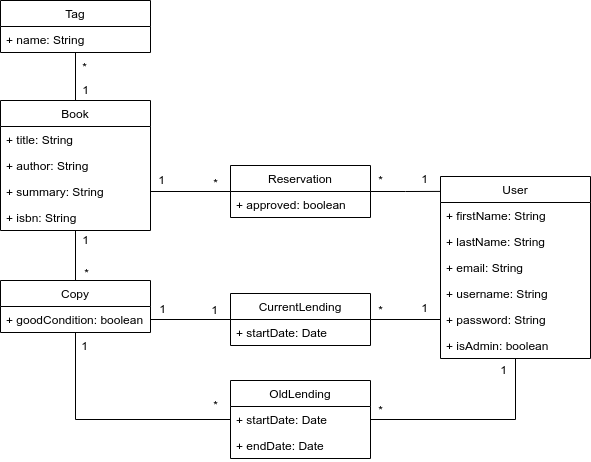
The draw.io diagram diagrams/class diagram.drawio.png in LauretteBuitenhuis/BookRental, before a commit. Source tidied: cells renumbered, new cells last; positions are measured from the earlier drawing's top-left corner, leaving out a move shared by most shapes. Source of this version:
```xml
<mxGraphModel>
  <root>
    <mxCell id="0" />
    <mxCell id="1" parent="0" />
    <mxCell id="2" style="edgeStyle=orthogonalEdgeStyle;rounded=0;jettySize=auto;html=1;exitX=0.5;exitY=0;exitDx=0;exitDy=0;endArrow=none;endFill=0;" parent="1" edge="1" source="3" target="8">
      <mxGeometry relative="1" as="geometry" />
    </mxCell>
    <mxCell id="3" value="Book" style="swimlane;fontStyle=0;horizontal=1;startSize=26;fillColor=none;" parent="1" vertex="1">
      <mxGeometry y="100" width="150" height="130" as="geometry" />
    </mxCell>
    <mxCell id="4" value="+ title: String" style="text;strokeColor=none;fillColor=none;align=left;verticalAlign=top;spacingLeft=4;spacingRight=4;overflow=hidden;" parent="3" vertex="1">
      <mxGeometry y="26" width="150" height="26" as="geometry" />
    </mxCell>
    <mxCell id="5" value="+ author: String" style="text;strokeColor=none;fillColor=none;align=left;verticalAlign=top;spacingLeft=4;spacingRight=4;overflow=hidden;" parent="3" vertex="1">
      <mxGeometry y="52" width="150" height="26" as="geometry" />
    </mxCell>
    <mxCell id="6" value="+ summary: String" style="text;strokeColor=none;fillColor=none;align=left;verticalAlign=top;spacingLeft=4;spacingRight=4;overflow=hidden;points=[[0,0.5],[1,0.5]];portConstraint=eastwest;" parent="3" vertex="1">
      <mxGeometry y="78" width="150" height="26" as="geometry" />
    </mxCell>
    <mxCell id="7" value="+ isbn: String" style="text;strokeColor=none;fillColor=none;align=left;verticalAlign=top;spacingLeft=4;spacingRight=4;overflow=hidden;" parent="3" vertex="1">
      <mxGeometry y="104" width="150" height="26" as="geometry" />
    </mxCell>
    <mxCell id="8" value="Tag" style="swimlane;fontStyle=0;horizontal=1;startSize=26;fillColor=none;" parent="1" vertex="1">
      <mxGeometry width="150" height="52" as="geometry" />
    </mxCell>
    <mxCell id="9" value="+ name: String" style="text;strokeColor=none;fillColor=none;align=left;verticalAlign=top;spacingLeft=4;spacingRight=4;overflow=hidden;" parent="8" vertex="1">
      <mxGeometry y="26" width="150" height="26" as="geometry" />
    </mxCell>
    <mxCell id="10" value="User" style="swimlane;fontStyle=0;horizontal=1;startSize=26;fillColor=none;" parent="1" vertex="1">
      <mxGeometry x="440" y="176" width="150" height="182" as="geometry" />
    </mxCell>
    <mxCell id="11" value="+ firstName: String" style="text;strokeColor=none;fillColor=none;align=left;verticalAlign=top;spacingLeft=4;spacingRight=4;overflow=hidden;" parent="10" vertex="1">
      <mxGeometry y="26" width="150" height="26" as="geometry" />
    </mxCell>
    <mxCell id="12" value="+ lastName: String" style="text;strokeColor=none;fillColor=none;align=left;verticalAlign=top;spacingLeft=4;spacingRight=4;overflow=hidden;" parent="10" vertex="1">
      <mxGeometry y="52" width="150" height="26" as="geometry" />
    </mxCell>
    <mxCell id="13" value="+ email: String" style="text;strokeColor=none;fillColor=none;align=left;verticalAlign=top;spacingLeft=4;spacingRight=4;overflow=hidden;" parent="10" vertex="1">
      <mxGeometry y="78" width="150" height="26" as="geometry" />
    </mxCell>
    <mxCell id="14" value="+ username: String" style="text;strokeColor=none;fillColor=none;align=left;verticalAlign=top;spacingLeft=4;spacingRight=4;overflow=hidden;" parent="10" vertex="1">
      <mxGeometry y="104" width="150" height="26" as="geometry" />
    </mxCell>
    <mxCell id="15" value="+ password: String" style="text;strokeColor=none;fillColor=none;align=left;verticalAlign=top;spacingLeft=4;spacingRight=4;overflow=hidden;points=[[0,0.5],[1,0.5]];portConstraint=eastwest;" parent="10" vertex="1">
      <mxGeometry y="130" width="150" height="26" as="geometry" />
    </mxCell>
    <mxCell id="16" value="+ isAdmin: boolean" style="text;strokeColor=none;fillColor=none;align=left;verticalAlign=top;spacingLeft=4;spacingRight=4;overflow=hidden;" parent="10" vertex="1">
      <mxGeometry y="156" width="150" height="26" as="geometry" />
    </mxCell>
    <mxCell id="17" style="edgeStyle=orthogonalEdgeStyle;rounded=0;jettySize=auto;html=1;entryX=0;entryY=0.5;entryDx=0;entryDy=0;endArrow=none;endFill=0;" parent="1" edge="1" source="18" target="15">
      <mxGeometry relative="1" as="geometry" />
    </mxCell>
    <mxCell id="18" value="CurrentLending" style="swimlane;fontStyle=0;horizontal=1;startSize=26;fillColor=none;" parent="1" vertex="1">
      <mxGeometry x="230" y="293" width="140" height="52" as="geometry" />
    </mxCell>
    <mxCell id="19" value="+ startDate: Date" style="text;strokeColor=none;fillColor=none;align=left;verticalAlign=top;spacingLeft=4;spacingRight=4;overflow=hidden;" parent="18" vertex="1">
      <mxGeometry y="26" width="140" height="26" as="geometry" />
    </mxCell>
    <mxCell id="20" style="edgeStyle=orthogonalEdgeStyle;rounded=0;jettySize=auto;html=1;exitX=0.5;exitY=0;exitDx=0;exitDy=0;endArrow=none;endFill=0;" parent="1" edge="1" source="22" target="3">
      <mxGeometry relative="1" as="geometry" />
    </mxCell>
    <mxCell id="21" style="edgeStyle=orthogonalEdgeStyle;rounded=0;jettySize=auto;html=1;endArrow=none;endFill=0;" parent="1" edge="1" source="22" target="38">
      <mxGeometry relative="1" as="geometry" />
    </mxCell>
    <mxCell id="22" value="Copy" style="swimlane;fontStyle=0;horizontal=1;startSize=26;fillColor=none;" parent="1" vertex="1">
      <mxGeometry y="280" width="150" height="52" as="geometry" />
    </mxCell>
    <mxCell id="23" value="+ goodCondition: boolean" style="text;strokeColor=none;fillColor=none;align=left;verticalAlign=top;spacingLeft=4;spacingRight=4;overflow=hidden;" parent="22" vertex="1">
      <mxGeometry y="26" width="150" height="26" as="geometry" />
    </mxCell>
    <mxCell id="24" style="edgeStyle=orthogonalEdgeStyle;rounded=0;jettySize=auto;html=1;entryX=0;entryY=0.082;entryDx=0;entryDy=0;entryPerimeter=0;endArrow=none;endFill=0;" parent="1" edge="1" source="25" target="10">
      <mxGeometry relative="1" as="geometry" />
    </mxCell>
    <mxCell id="25" value="Reservation" style="swimlane;fontStyle=0;horizontal=1;startSize=26;fillColor=none;" parent="1" vertex="1">
      <mxGeometry x="230" y="165" width="140" height="52" as="geometry" />
    </mxCell>
    <mxCell id="26" value="+ approved: boolean" style="text;strokeColor=none;fillColor=none;align=left;verticalAlign=top;spacingLeft=4;spacingRight=4;overflow=hidden;" parent="25" vertex="1">
      <mxGeometry y="26" width="140" height="26" as="geometry" />
    </mxCell>
    <mxCell id="27" style="edgeStyle=orthogonalEdgeStyle;rounded=0;jettySize=auto;html=1;exitX=1;exitY=0.5;exitDx=0;exitDy=0;endArrow=none;endFill=0;" parent="1" edge="1" source="6" target="25">
      <mxGeometry relative="1" as="geometry" />
    </mxCell>
    <mxCell id="28" style="edgeStyle=orthogonalEdgeStyle;rounded=0;jettySize=auto;html=1;exitX=1;exitY=0.5;exitDx=0;exitDy=0;endArrow=none;endFill=0;" parent="1" edge="1" target="18">
      <mxGeometry relative="1" as="geometry">
        <mxPoint x="150" y="319" as="sourcePoint" />
      </mxGeometry>
    </mxCell>
    <mxCell id="29" value="*" style="text;html=1;align=center;verticalAlign=middle;strokeColor=none;fillColor=none;" parent="1" vertex="1">
      <mxGeometry x="69" y="52" width="30" height="30" as="geometry" />
    </mxCell>
    <mxCell id="30" value="1" style="text;html=1;align=center;verticalAlign=middle;strokeColor=none;fillColor=none;" parent="1" vertex="1">
      <mxGeometry x="70" y="75" width="30" height="30" as="geometry" />
    </mxCell>
    <mxCell id="31" value="1" style="text;html=1;align=center;verticalAlign=middle;strokeColor=none;fillColor=none;" parent="1" vertex="1">
      <mxGeometry x="70" y="225" width="30" height="30" as="geometry" />
    </mxCell>
    <mxCell id="32" value="*" style="text;html=1;align=center;verticalAlign=middle;strokeColor=none;fillColor=none;" parent="1" vertex="1">
      <mxGeometry x="71" y="258" width="30" height="30" as="geometry" />
    </mxCell>
    <mxCell id="33" value="1" style="text;html=1;align=center;verticalAlign=middle;strokeColor=none;fillColor=none;" parent="1" vertex="1">
      <mxGeometry x="146" y="165" width="30" height="30" as="geometry" />
    </mxCell>
    <mxCell id="34" value="*" style="text;html=1;align=center;verticalAlign=middle;strokeColor=none;fillColor=none;" parent="1" vertex="1">
      <mxGeometry x="200" y="168" width="30" height="30" as="geometry" />
    </mxCell>
    <mxCell id="35" value="1" style="text;html=1;align=center;verticalAlign=middle;strokeColor=none;fillColor=none;" parent="1" vertex="1">
      <mxGeometry x="147" y="294" width="30" height="30" as="geometry" />
    </mxCell>
    <mxCell id="36" style="edgeStyle=orthogonalEdgeStyle;rounded=0;jettySize=auto;html=1;entryX=0.5;entryY=1;entryDx=0;entryDy=0;endArrow=none;endFill=0;" parent="1" edge="1" source="37" target="10">
      <mxGeometry relative="1" as="geometry" />
    </mxCell>
    <mxCell id="37" value="OldLending" style="swimlane;fontStyle=0;horizontal=1;startSize=26;fillColor=none;" parent="1" vertex="1">
      <mxGeometry x="230" y="380" width="140" height="78" as="geometry" />
    </mxCell>
    <mxCell id="38" value="+ startDate: Date" style="text;strokeColor=none;fillColor=none;align=left;verticalAlign=top;spacingLeft=4;spacingRight=4;overflow=hidden;points=[[0,0.5],[1,0.5]];portConstraint=eastwest;" parent="37" vertex="1">
      <mxGeometry y="26" width="140" height="26" as="geometry" />
    </mxCell>
    <mxCell id="39" value="+ endDate: Date" style="text;strokeColor=none;fillColor=none;align=left;verticalAlign=top;spacingLeft=4;spacingRight=4;overflow=hidden;" parent="37" vertex="1">
      <mxGeometry y="52" width="140" height="26" as="geometry" />
    </mxCell>
    <mxCell id="40" value="1" style="text;html=1;align=center;verticalAlign=middle;strokeColor=none;fillColor=none;" parent="1" vertex="1">
      <mxGeometry x="199" y="295" width="30" height="30" as="geometry" />
    </mxCell>
    <mxCell id="41" value="1" style="text;html=1;align=center;verticalAlign=middle;strokeColor=none;fillColor=none;" parent="1" vertex="1">
      <mxGeometry x="69" y="331" width="30" height="30" as="geometry" />
    </mxCell>
    <mxCell id="42" value="*" style="text;html=1;align=center;verticalAlign=middle;strokeColor=none;fillColor=none;" parent="1" vertex="1">
      <mxGeometry x="200" y="390" width="30" height="30" as="geometry" />
    </mxCell>
    <mxCell id="43" value="*" style="text;html=1;align=center;verticalAlign=middle;strokeColor=none;fillColor=none;" parent="1" vertex="1">
      <mxGeometry x="365" y="165" width="30" height="30" as="geometry" />
    </mxCell>
    <mxCell id="44" value="1" style="text;html=1;align=center;verticalAlign=middle;strokeColor=none;fillColor=none;" parent="1" vertex="1">
      <mxGeometry x="409" y="164" width="30" height="30" as="geometry" />
    </mxCell>
    <mxCell id="45" value="*" style="text;html=1;align=center;verticalAlign=middle;strokeColor=none;fillColor=none;" parent="1" vertex="1">
      <mxGeometry x="365" y="295" width="30" height="30" as="geometry" />
    </mxCell>
    <mxCell id="46" value="1" style="text;html=1;align=center;verticalAlign=middle;strokeColor=none;fillColor=none;" parent="1" vertex="1">
      <mxGeometry x="409" y="293" width="30" height="30" as="geometry" />
    </mxCell>
    <mxCell id="47" value="*" style="text;html=1;align=center;verticalAlign=middle;strokeColor=none;fillColor=none;" parent="1" vertex="1">
      <mxGeometry x="365" y="395" width="30" height="30" as="geometry" />
    </mxCell>
    <mxCell id="48" value="1" style="text;html=1;align=center;verticalAlign=middle;strokeColor=none;fillColor=none;" parent="1" vertex="1">
      <mxGeometry x="488" y="355" width="30" height="30" as="geometry" />
    </mxCell>
  </root>
</mxGraphModel>
```
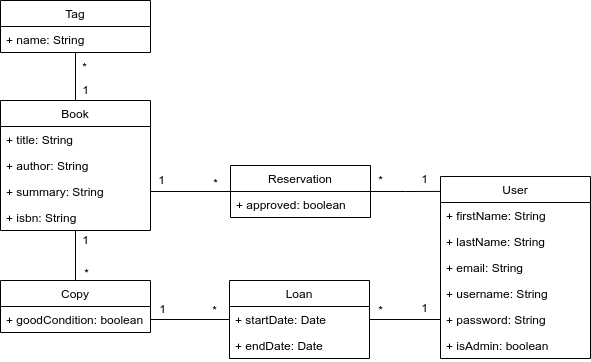
Above is the later version.

Commit message:
merged two tables into one Loan table

What changed in the source:
```diff
@@ -50,18 +50,18 @@
     <mxCell id="17" style="edgeStyle=orthogonalEdgeStyle;rounded=0;jettySize=auto;html=1;entryX=0;entryY=0.5;entryDx=0;entryDy=0;endArrow=none;endFill=0;" parent="1" edge="1" source="18" target="15">
       <mxGeometry relative="1" as="geometry" />
     </mxCell>
-    <mxCell id="18" value="CurrentLending" style="swimlane;fontStyle=0;horizontal=1;startSize=26;fillColor=none;" parent="1" vertex="1">
-      <mxGeometry x="230" y="293" width="140" height="52" as="geometry" />
+    <mxCell id="18" value="Loan" style="swimlane;fontStyle=0;horizontal=1;startSize=26;fillColor=none;" parent="1" vertex="1">
+      <mxGeometry x="229" y="280" width="140" height="78" as="geometry" />
     </mxCell>
     <mxCell id="19" value="+ startDate: Date" style="text;strokeColor=none;fillColor=none;align=left;verticalAlign=top;spacingLeft=4;spacingRight=4;overflow=hidden;" parent="18" vertex="1">
       <mxGeometry y="26" width="140" height="26" as="geometry" />
     </mxCell>
+    <mxCell id="39" value="+ endDate: Date" style="text;strokeColor=none;fillColor=none;align=left;verticalAlign=top;spacingLeft=4;spacingRight=4;overflow=hidden;" parent="18" vertex="1">
+      <mxGeometry y="52" width="140" height="26" as="geometry" />
+    </mxCell>
     <mxCell id="20" style="edgeStyle=orthogonalEdgeStyle;rounded=0;jettySize=auto;html=1;exitX=0.5;exitY=0;exitDx=0;exitDy=0;endArrow=none;endFill=0;" parent="1" edge="1" source="22" target="3">
       <mxGeometry relative="1" as="geometry" />
     </mxCell>
-    <mxCell id="21" style="edgeStyle=orthogonalEdgeStyle;rounded=0;jettySize=auto;html=1;endArrow=none;endFill=0;" parent="1" edge="1" source="22" target="38">
-      <mxGeometry relative="1" as="geometry" />
-    </mxCell>
     <mxCell id="22" value="Copy" style="swimlane;fontStyle=0;horizontal=1;startSize=26;fillColor=none;" parent="1" vertex="1">
       <mxGeometry y="280" width="150" height="52" as="geometry" />
     </mxCell>
@@ -106,27 +106,9 @@
     <mxCell id="35" value="1" style="text;html=1;align=center;verticalAlign=middle;strokeColor=none;fillColor=none;" parent="1" vertex="1">
       <mxGeometry x="147" y="294" width="30" height="30" as="geometry" />
     </mxCell>
-    <mxCell id="36" style="edgeStyle=orthogonalEdgeStyle;rounded=0;jettySize=auto;html=1;entryX=0.5;entryY=1;entryDx=0;entryDy=0;endArrow=none;endFill=0;" parent="1" edge="1" source="37" target="10">
-      <mxGeometry relative="1" as="geometry" />
-    </mxCell>
-    <mxCell id="37" value="OldLending" style="swimlane;fontStyle=0;horizontal=1;startSize=26;fillColor=none;" parent="1" vertex="1">
-      <mxGeometry x="230" y="380" width="140" height="78" as="geometry" />
-    </mxCell>
-    <mxCell id="38" value="+ startDate: Date" style="text;strokeColor=none;fillColor=none;align=left;verticalAlign=top;spacingLeft=4;spacingRight=4;overflow=hidden;points=[[0,0.5],[1,0.5]];portConstraint=eastwest;" parent="37" vertex="1">
-      <mxGeometry y="26" width="140" height="26" as="geometry" />
-    </mxCell>
-    <mxCell id="39" value="+ endDate: Date" style="text;strokeColor=none;fillColor=none;align=left;verticalAlign=top;spacingLeft=4;spacingRight=4;overflow=hidden;" parent="37" vertex="1">
-      <mxGeometry y="52" width="140" height="26" as="geometry" />
-    </mxCell>
-    <mxCell id="40" value="1" style="text;html=1;align=center;verticalAlign=middle;strokeColor=none;fillColor=none;" parent="1" vertex="1">
+    <mxCell id="40" value="*" style="text;html=1;align=center;verticalAlign=middle;strokeColor=none;fillColor=none;" parent="1" vertex="1">
       <mxGeometry x="199" y="295" width="30" height="30" as="geometry" />
     </mxCell>
-    <mxCell id="41" value="1" style="text;html=1;align=center;verticalAlign=middle;strokeColor=none;fillColor=none;" parent="1" vertex="1">
-      <mxGeometry x="69" y="331" width="30" height="30" as="geometry" />
-    </mxCell>
-    <mxCell id="42" value="*" style="text;html=1;align=center;verticalAlign=middle;strokeColor=none;fillColor=none;" parent="1" vertex="1">
-      <mxGeometry x="200" y="390" width="30" height="30" as="geometry" />
-    </mxCell>
     <mxCell id="43" value="*" style="text;html=1;align=center;verticalAlign=middle;strokeColor=none;fillColor=none;" parent="1" vertex="1">
       <mxGeometry x="365" y="165" width="30" height="30" as="geometry" />
     </mxCell>
@@ -139,11 +121,5 @@
     <mxCell id="46" value="1" style="text;html=1;align=center;verticalAlign=middle;strokeColor=none;fillColor=none;" parent="1" vertex="1">
       <mxGeometry x="409" y="293" width="30" height="30" as="geometry" />
     </mxCell>
-    <mxCell id="47" value="*" style="text;html=1;align=center;verticalAlign=middle;strokeColor=none;fillColor=none;" parent="1" vertex="1">
-      <mxGeometry x="365" y="395" width="30" height="30" as="geometry" />
-    </mxCell>
-    <mxCell id="48" value="1" style="text;html=1;align=center;verticalAlign=middle;strokeColor=none;fillColor=none;" parent="1" vertex="1">
-      <mxGeometry x="488" y="355" width="30" height="30" as="geometry" />
-    </mxCell>
   </root>
 </mxGraphModel>
```
